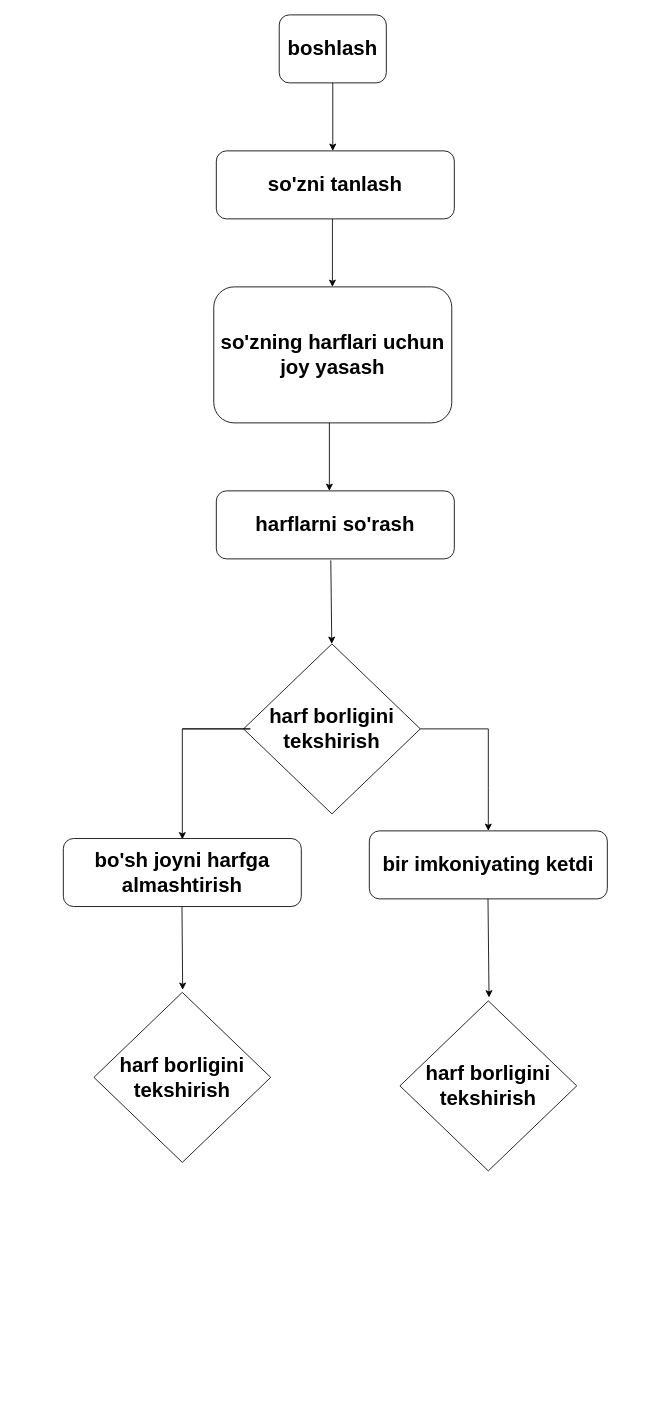
Before: Untitled Diagram.drawio in AhmadovKomronbek/Algoritim, a draw.io diagram. Source tidied: cells renumbered, new cells numbered last; positions are measured from the earlier drawing's top-left corner, leaving out a move shared by most shapes. Both pictures are drawn from the tidied source at 85%, with x=0, y=0 at pixel (63, 14).
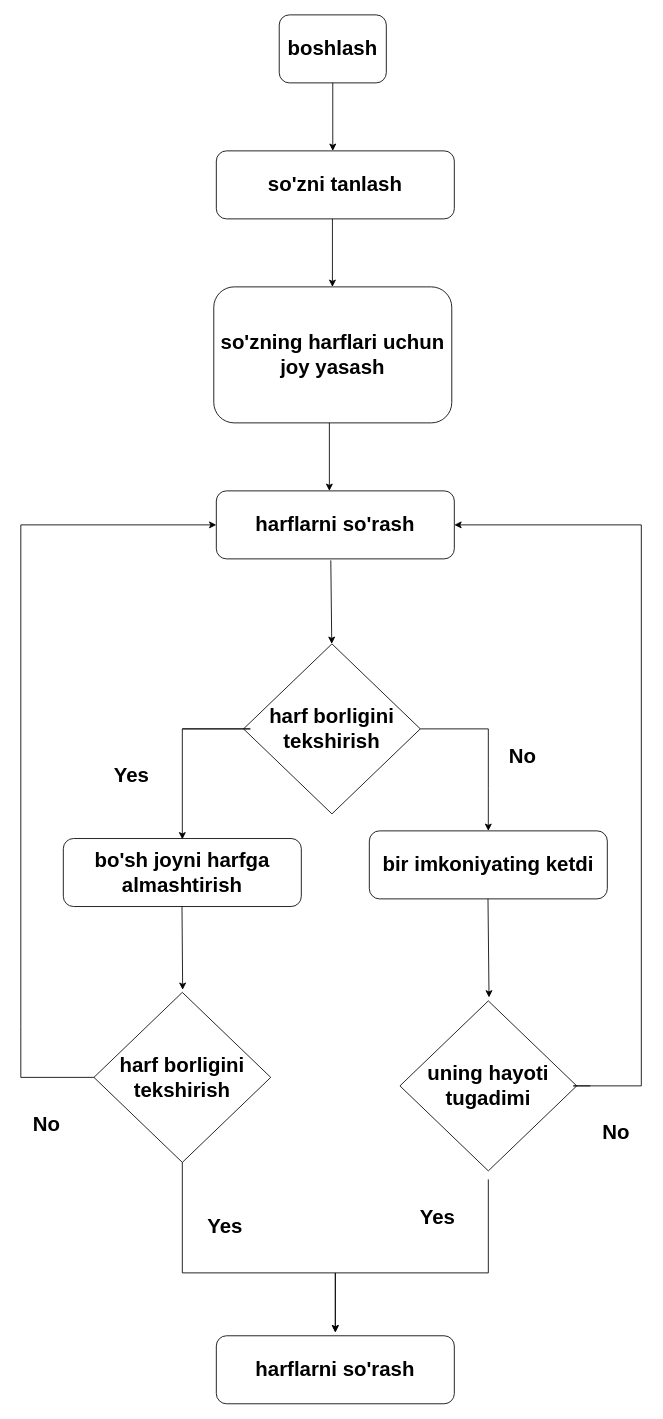
Above is the later version.

The change refers to these unchanged cells:
```xml
<mxCell id="7" value="&lt;h1 style=&quot;&quot;&gt;harflarni so'rash&lt;/h1&gt;" style="rounded=1;whiteSpace=wrap;html=1;" parent="1" vertex="1">
  <mxGeometry x="180" y="560" width="280" height="80" as="geometry" />
</mxCell>
<mxCell id="15" value="&lt;h1&gt;harf borligini tekshirish&lt;/h1&gt;" style="rhombus;whiteSpace=wrap;html=1;" parent="1" vertex="1">
  <mxGeometry x="36" y="1150" width="208" height="200" as="geometry" />
</mxCell>
```

What changed in the source:
```diff
@@
-    <mxCell id="16" value="&lt;h1&gt;harf borligini tekshirish&lt;/h1&gt;" style="rhombus;whiteSpace=wrap;html=1;" parent="1" vertex="1">
+    <mxCell id="16" value="&lt;h1&gt;uning hayoti tugadimi&lt;/h1&gt;" style="rhombus;whiteSpace=wrap;html=1;" parent="1" vertex="1">
       <mxGeometry x="396" y="1160" width="208" height="200" as="geometry" />
     </mxCell>
@@
+    <mxCell id="19" value="&lt;h1 style=&quot;&quot;&gt;harflarni so'rash&lt;/h1&gt;" style="rounded=1;whiteSpace=wrap;html=1;" parent="1" vertex="1">
+      <mxGeometry x="180" y="1554" width="280" height="80" as="geometry" />
+    </mxCell>
+    <mxCell id="20" style="endArrow=classic;html=1;rounded=0;exitX=0.5;exitY=1;exitDx=0;exitDy=0;" parent="1" edge="1" source="15">
+      <mxGeometry relative="1" as="geometry">
+        <mxPoint x="320" y="1550" as="targetPoint" />
+        <Array as="points">
+          <mxPoint x="140" y="1480" />
+          <mxPoint x="320" y="1480" />
+        </Array>
+      </mxGeometry>
+    </mxCell>
+    <mxCell id="21" style="endArrow=classic;html=1;rounded=0;exitX=0.5;exitY=1;exitDx=0;exitDy=0;" parent="1" edge="1">
+      <mxGeometry relative="1" as="geometry">
+        <mxPoint x="500" y="1370" as="sourcePoint" />
+        <mxPoint x="320" y="1550" as="targetPoint" />
+        <Array as="points">
+          <mxPoint x="500" y="1480" />
+          <mxPoint x="320" y="1480" />
+        </Array>
+      </mxGeometry>
+    </mxCell>
+    <mxCell id="22" style="endArrow=classic;html=1;rounded=0;exitX=0;exitY=0.5;exitDx=0;exitDy=0;entryX=0;entryY=0.5;entryDx=0;entryDy=0;" parent="1" edge="1" source="15" target="7">
+      <mxGeometry relative="1" as="geometry">
+        <Array as="points">
+          <mxPoint x="-50" y="1250" />
+          <mxPoint x="-50" y="1190" />
+          <mxPoint x="-50" y="600" />
+        </Array>
+      </mxGeometry>
+    </mxCell>
+    <mxCell id="23" style="endArrow=classic;html=1;rounded=0;entryX=1;entryY=0.5;entryDx=0;entryDy=0;" parent="1" edge="1">
+      <mxGeometry relative="1" as="geometry">
+        <mxPoint x="620" y="1260" as="sourcePoint" />
+        <mxPoint x="460" y="600" as="targetPoint" />
+        <Array as="points">
+          <mxPoint x="600" y="1260" />
+          <mxPoint x="680" y="1260" />
+          <mxPoint x="680" y="600" />
+        </Array>
+      </mxGeometry>
+    </mxCell>
+    <mxCell id="24" value="&lt;h1&gt;Yes&lt;/h1&gt;" style="text;html=1;align=center;verticalAlign=middle;strokeColor=none;fillColor=none;" parent="1" vertex="1">
+      <mxGeometry x="50" y="860" width="60" height="70" as="geometry" />
+    </mxCell>
+    <mxCell id="25" value="&lt;h1&gt;Yes&lt;/h1&gt;" style="text;html=1;align=center;verticalAlign=middle;strokeColor=none;fillColor=none;" parent="1" vertex="1">
+      <mxGeometry x="160" y="1390" width="60" height="70" as="geometry" />
+    </mxCell>
+    <mxCell id="26" value="&lt;h1&gt;Yes&lt;/h1&gt;" style="text;html=1;align=center;verticalAlign=middle;strokeColor=none;fillColor=none;" parent="1" vertex="1">
+      <mxGeometry x="410" y="1380" width="60" height="70" as="geometry" />
+    </mxCell>
+    <mxCell id="27" value="&lt;h1&gt;No&lt;/h1&gt;" style="text;html=1;align=center;verticalAlign=middle;strokeColor=none;fillColor=none;" parent="1" vertex="1">
+      <mxGeometry x="510" y="838" width="60" height="70" as="geometry" />
+    </mxCell>
+    <mxCell id="28" value="&lt;h1&gt;No&lt;/h1&gt;" style="text;html=1;align=center;verticalAlign=middle;strokeColor=none;fillColor=none;" parent="1" vertex="1">
+      <mxGeometry x="620" y="1280" width="60" height="70" as="geometry" />
+    </mxCell>
+    <mxCell id="29" value="&lt;h1&gt;No&lt;/h1&gt;" style="text;html=1;align=center;verticalAlign=middle;strokeColor=none;fillColor=none;" parent="1" vertex="1">
+      <mxGeometry x="-50" y="1270" width="60" height="70" as="geometry" />
+    </mxCell>
```
